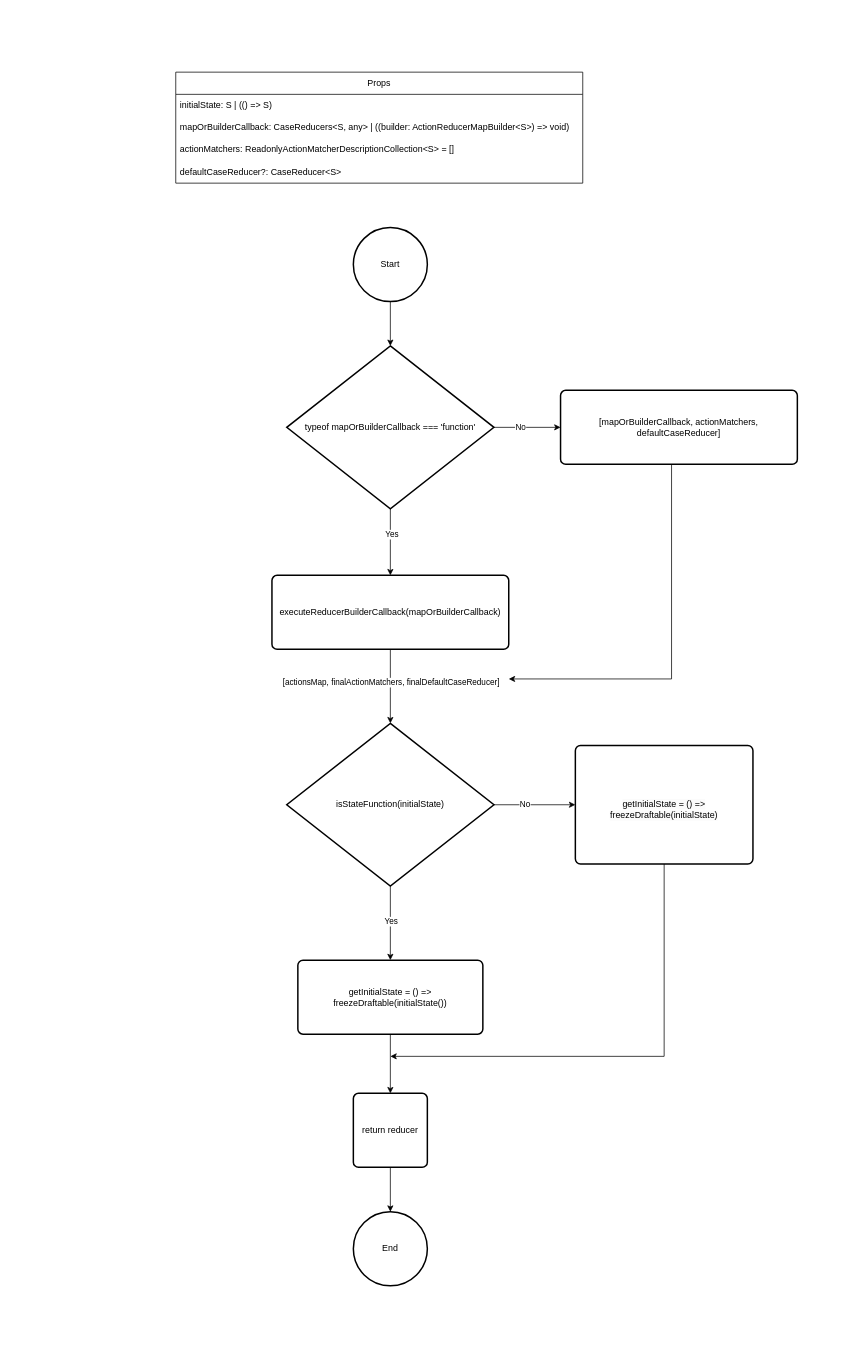
Above: packages/redux/diagram/createReducer.drawio in Monoxt/learn (draw.io), before the change. Source tidied: cells renumbered, new cells numbered last; positions are measured from the earlier drawing's top-left corner, leaving out a move shared by most shapes. Both pictures are drawn from the tidied source at 74%, with x=0, y=0 at pixel (175, 72).
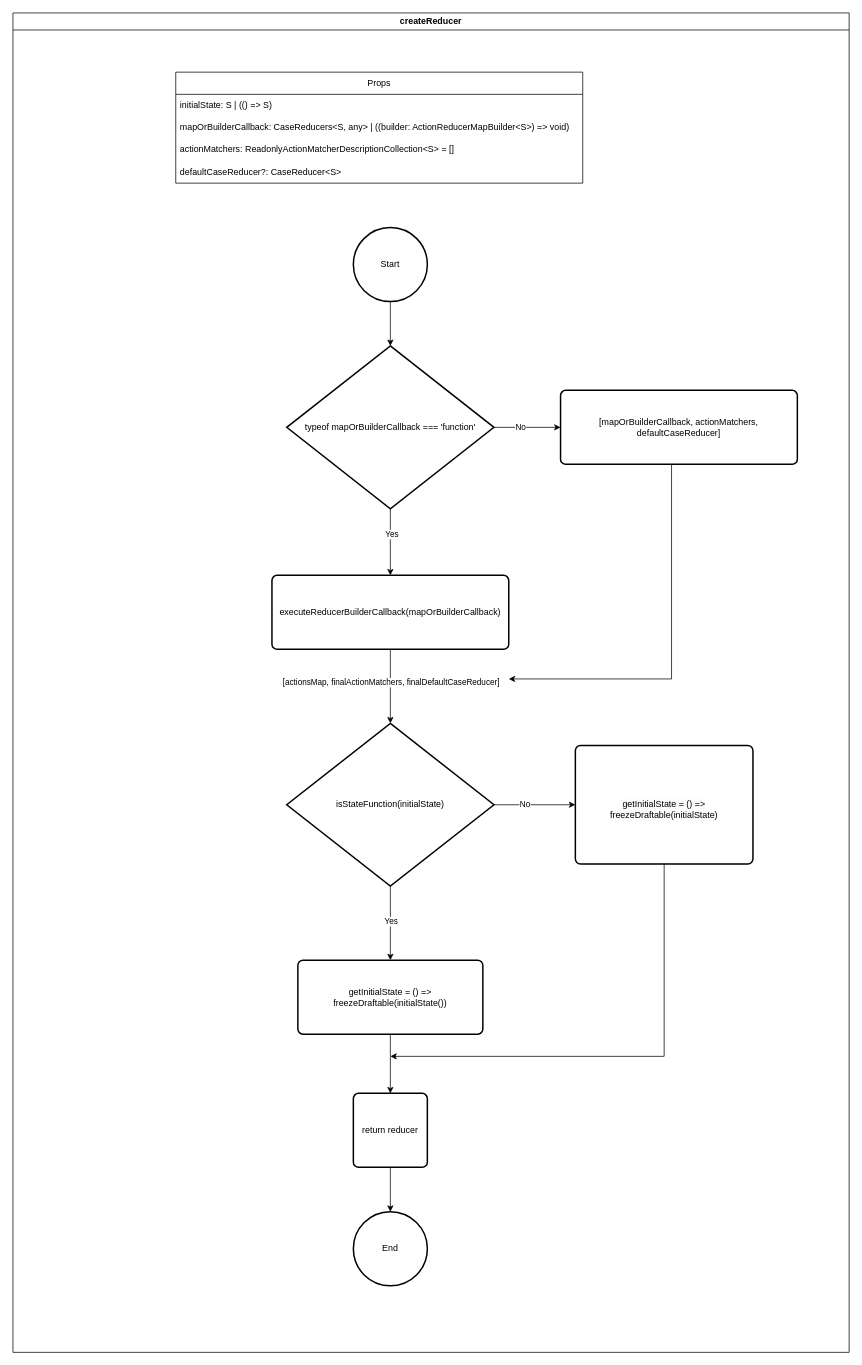
The same diagram, later.

What changed in the source:
```diff
@@
+    <mxCell id="31" value="createReducer" style="swimlane;whiteSpace=wrap;html=1;" parent="1" vertex="1">
+      <mxGeometry x="-220" y="-80" width="1130" height="1810" as="geometry" />
+    </mxCell>
```
